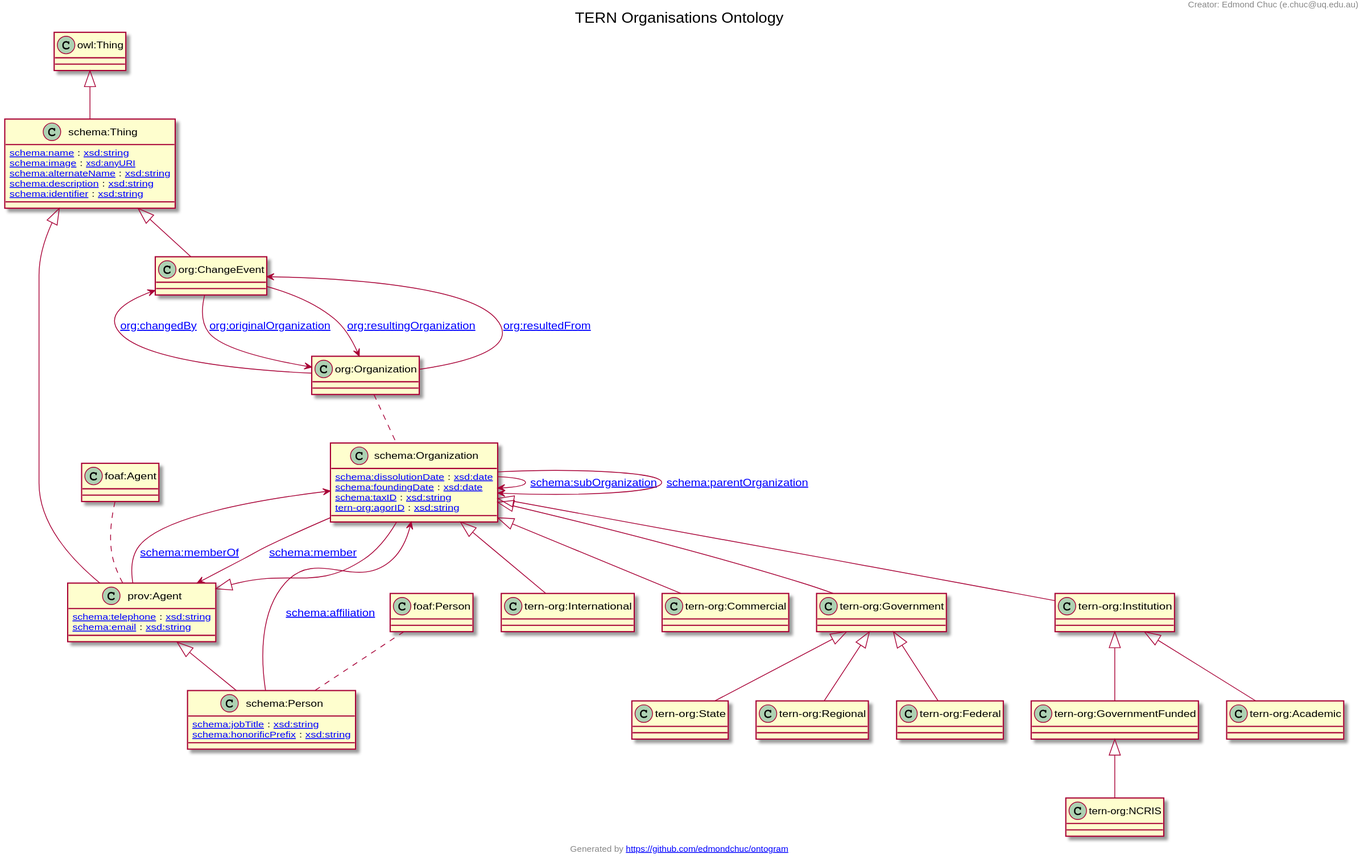
Above: docs/tern-org.ttl.txt.svg in ternaustralia/ontology_tern-org (PlantUML), before the change.
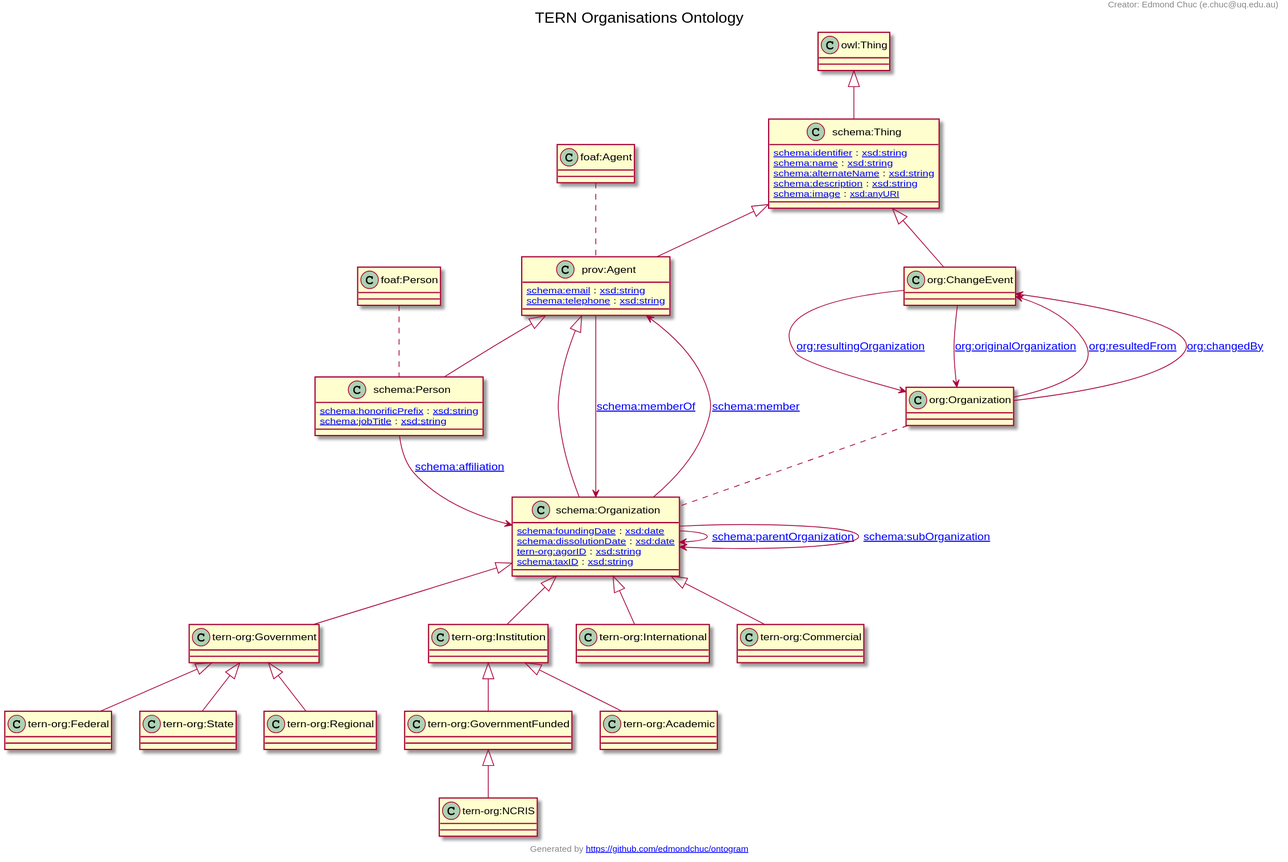
After the change.

Commit message:
Fixed typo in rdfs:comment for tern-org:orcID

What changed in the source:
```diff
@@ -1,75 +1,75 @@
 @startuml
 title TERN Organisations Ontology
+"schema:Thing" <|-- "prov:Agent"
 "tern-org:Government" <|-- "tern-org:Federal"
-"schema:Thing" <|-- "org:ChangeEvent"
+"tern-org:GovernmentFunded" <|-- "tern-org:NCRIS"
 "schema:Organization" <|-- "tern-org:Institution"
-"schema:Thing" <|-- "prov:Agent"
+"prov:Agent" <|-- "schema:Organization"
 "owl:Thing" <|-- "schema:Thing"
-"tern-org:GovernmentFunded" <|-- "tern-org:NCRIS"
 "prov:Agent" <|-- "schema:Person"
-"prov:Agent" <|-- "schema:Organization"
-"tern-org:Institution" <|-- "tern-org:Academic"
+"schema:Organization" <|-- "tern-org:Government"
 "schema:Organization" <|-- "tern-org:International"
 "tern-org:Government" <|-- "tern-org:State"
+"tern-org:Institution" <|-- "tern-org:GovernmentFunded"
 "tern-org:Government" <|-- "tern-org:Regional"
-"tern-org:Institution" <|-- "tern-org:GovernmentFunded"
-"schema:Organization" <|-- "tern-org:Government"
+"schema:Thing" <|-- "org:ChangeEvent"
 "schema:Organization" <|-- "tern-org:Commercial"
+"tern-org:Institution" <|-- "tern-org:Academic"
+Class "prov:Agent" [[http://www.w3.org/ns/prov#Agent]] {
+[[http://schema.org/email schema:email]] : [[http://www.w3.org/2001/XMLSchema#string xsd:string]]
+[[http://schema.org/telephone schema:telephone]] : [[http://www.w3.org/2001/XMLSchema#string xsd:string]]
+}
 Class "tern-org:Federal" [[https://w3id.org/tern/ontologies/org/Federal]] {
 }
-Class "org:ChangeEvent" [[http://www.w3.org/ns/org#ChangeEvent]] {
+Class "tern-org:NCRIS" [[https://w3id.org/tern/ontologies/org/NCRIS]] {
 }
 Class "tern-org:Institution" [[https://w3id.org/tern/ontologies/org/Institution]] {
 }
-Class "prov:Agent" [[http://www.w3.org/ns/prov#Agent]] {
-[[http://schema.org/telephone schema:telephone]] : [[http://www.w3.org/2001/XMLSchema#string xsd:string]]
-[[http://schema.org/email schema:email]] : [[http://www.w3.org/2001/XMLSchema#string xsd:string]]
+Class "schema:Organization" [[http://schema.org/Organization]] {
+[[http://schema.org/foundingDate schema:foundingDate]] : [[http://www.w3.org/2001/XMLSchema#date xsd:date]]
+[[http://schema.org/dissolutionDate schema:dissolutionDate]] : [[http://www.w3.org/2001/XMLSchema#date xsd:date]]
+[[https://w3id.org/tern/ontologies/org/agorID tern-org:agorID]] : [[http://www.w3.org/2001/XMLSchema#string xsd:string]]
+[[http://schema.org/taxID schema:taxID]] : [[http://www.w3.org/2001/XMLSchema#string xsd:string]]
 }
 Class "schema:Thing" [[http://schema.org/Thing]] {
+[[http://schema.org/identifier schema:identifier]] : [[http://www.w3.org/2001/XMLSchema#string xsd:string]]
 [[http://schema.org/name schema:name]] : [[http://www.w3.org/2001/XMLSchema#string xsd:string]]
-[[http://schema.org/image schema:image]] : [[http://www.w3.org/2001/XMLSchema#anyURI xsd:anyURI]]
 [[http://schema.org/alternateName schema:alternateName]] : [[http://www.w3.org/2001/XMLSchema#string xsd:string]]
 [[http://schema.org/description schema:description]] : [[http://www.w3.org/2001/XMLSchema#string xsd:string]]
-[[http://schema.org/identifier schema:identifier]] : [[http://www.w3.org/2001/XMLSchema#string xsd:string]]
-}
-Class "tern-org:NCRIS" [[https://w3id.org/tern/ontologies/org/NCRIS]] {
+[[http://schema.org/image schema:image]] : [[http://www.w3.org/2001/XMLSchema#anyURI xsd:anyURI]]
 }
 Class "schema:Person" [[http://schema.org/Person]] {
+[[http://schema.org/honorificPrefix schema:honorificPrefix]] : [[http://www.w3.org/2001/XMLSchema#string xsd:string]]
 [[http://schema.org/jobTitle schema:jobTitle]] : [[http://www.w3.org/2001/XMLSchema#string xsd:string]]
-[[http://schema.org/honorificPrefix schema:honorificPrefix]] : [[http://www.w3.org/2001/XMLSchema#string xsd:string]]
 }
-Class "schema:Organization" [[http://schema.org/Organization]] {
-[[http://schema.org/dissolutionDate schema:dissolutionDate]] : [[http://www.w3.org/2001/XMLSchema#date xsd:date]]
-[[http://schema.org/foundingDate schema:foundingDate]] : [[http://www.w3.org/2001/XMLSchema#date xsd:date]]
-[[http://schema.org/taxID schema:taxID]] : [[http://www.w3.org/2001/XMLSchema#string xsd:string]]
-[[https://w3id.org/tern/ontologies/org/agorID tern-org:agorID]] : [[http://www.w3.org/2001/XMLSchema#string xsd:string]]
-}
-Class "tern-org:Academic" [[https://w3id.org/tern/ontologies/org/Academic]] {
+Class "tern-org:Government" [[https://w3id.org/tern/ontologies/org/Government]] {
 }
 Class "tern-org:International" [[https://w3id.org/tern/ontologies/org/International]] {
 }
 Class "tern-org:State" [[https://w3id.org/tern/ontologies/org/State]] {
 }
+Class "tern-org:GovernmentFunded" [[https://w3id.org/tern/ontologies/org/GovernmentFunded]] {
+}
 Class "tern-org:Regional" [[https://w3id.org/tern/ontologies/org/Regional]] {
 }
-Class "tern-org:GovernmentFunded" [[https://w3id.org/tern/ontologies/org/GovernmentFunded]] {
-}
-Class "tern-org:Government" [[https://w3id.org/tern/ontologies/org/Government]] {
+Class "org:ChangeEvent" [[http://www.w3.org/ns/org#ChangeEvent]] {
 }
 Class "tern-org:Commercial" [[https://w3id.org/tern/ontologies/org/Commercial]] {
 }
+Class "tern-org:Academic" [[https://w3id.org/tern/ontologies/org/Academic]] {
+}
+"schema:Organization" --> "schema:Organization" : "[[http://schema.org/parentOrganization schema:parentOrganization]]"
+"org:Organization" --> "org:ChangeEvent" : "[[http://www.w3.org/ns/org#resultedFrom org:resultedFrom]]"
+"org:ChangeEvent" --> "org:Organization" : "[[http://www.w3.org/ns/org#resultingOrganization org:resultingOrganization]]"
+"prov:Agent" --> "schema:Organization" : "[[http://schema.org/memberOf schema:memberOf]]"
+"schema:Person" --> "schema:Organization" : "[[http://schema.org/affiliation schema:affiliation]]"
+"org:ChangeEvent" --> "org:Organization" : "[[http://www.w3.org/ns/org#originalOrganization org:originalOrganization]]"
+"org:Organization" --> "org:ChangeEvent" : "[[http://www.w3.org/ns/org#changedBy org:changedBy]]"
 "schema:Organization" --> "schema:Organization" : "[[http://schema.org/subOrganization schema:subOrganization]]"
-"org:ChangeEvent" --> "org:Organization" : "[[http://www.w3.org/ns/org#originalOrganization org:originalOrganization]]"
-"org:Organization" --> "org:ChangeEvent" : "[[http://www.w3.org/ns/org#resultedFrom org:resultedFrom]]"
-"schema:Person" --> "schema:Organization" : "[[http://schema.org/affiliation schema:affiliation]]"
-"prov:Agent" --> "schema:Organization" : "[[http://schema.org/memberOf schema:memberOf]]"
-"org:ChangeEvent" --> "org:Organization" : "[[http://www.w3.org/ns/org#resultingOrganization org:resultingOrganization]]"
-"schema:Organization" --> "schema:Organization" : "[[http://schema.org/parentOrganization schema:parentOrganization]]"
 "schema:Organization" --> "prov:Agent" : "[[http://schema.org/member schema:member]]"
-"org:Organization" --> "org:ChangeEvent" : "[[http://www.w3.org/ns/org#changedBy org:changedBy]]"
 "foaf:Agent" .. "prov:Agent"
+"org:Organization" .. "schema:Organization"
 "foaf:Person" .. "schema:Person"
-"org:Organization" .. "schema:Organization"
 header
 Creator: Edmond Chuc (e.chuc@uq.edu.au)
 endheader
```
